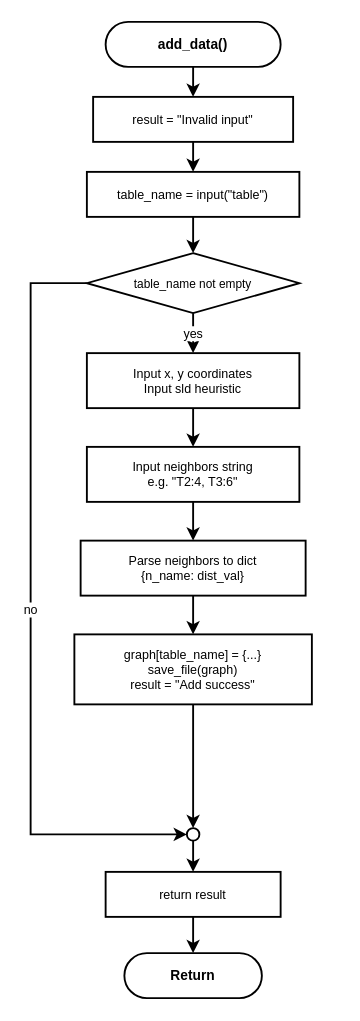
This is program002/flowchart/05_add_data.drawio from kittiphong064008-cyber/AI-Coding, a draw.io file, before an edit. Source tidied: cells renumbered, new cells numbered last; positions are measured from the earlier drawing's top-left corner, leaving out a move shared by most shapes. Both pictures are drawn from the tidied source at 125%, with x=0, y=0 at pixel (30, 21).
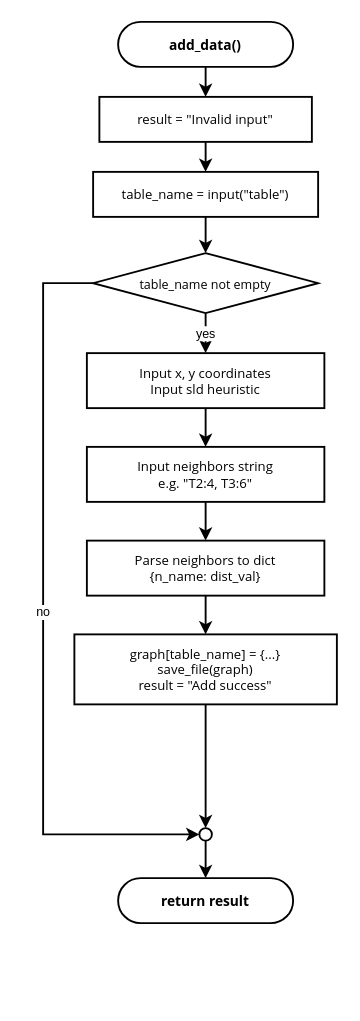
The same page after the edit.

What changed in the source:
```diff
@@
-    <mxCell id="2" value="add_data()" style="rounded=1;whiteSpace=wrap;html=1;arcSize=50;fillColor=#ffffff;strokeColor=#000000;strokeWidth=1.5;fontSize=11;fontFamily=Helvetica;fontStyle=1;" parent="1" vertex="1">
-      <mxGeometry x="60" width="140" height="36" as="geometry" />
+    <mxCell id="2" value="add_data()" style="rounded=1;whiteSpace=wrap;html=1;arcSize=50;fillColor=#ffffff;strokeColor=#000000;strokeWidth=1.5;fontSize=11;fontFamily=Segoe UI;fontStyle=1;" parent="1" vertex="1">
+      <mxGeometry x="70" width="140" height="36" as="geometry" />
     </mxCell>
-    <mxCell id="3" value="result = &quot;Invalid input&quot;" style="rounded=0;whiteSpace=wrap;html=1;fillColor=#ffffff;strokeColor=#000000;strokeWidth=1.5;fontSize=10;fontFamily=Helvetica;" parent="1" vertex="1">
-      <mxGeometry x="50" y="60" width="160" height="36" as="geometry" />
+    <mxCell id="3" value="result = &quot;Invalid input&quot;" style="rounded=0;whiteSpace=wrap;html=1;fillColor=#ffffff;strokeColor=#000000;strokeWidth=1.5;fontSize=10.5;fontFamily=Segoe UI;" parent="1" vertex="1">
+      <mxGeometry x="55" y="60" width="170" height="36" as="geometry" />
     </mxCell>
-    <mxCell id="4" value="table_name = input(&quot;table&quot;)" style="rounded=0;whiteSpace=wrap;html=1;fillColor=#ffffff;strokeColor=#000000;strokeWidth=1.5;fontSize=10;fontFamily=Helvetica;" parent="1" vertex="1">
-      <mxGeometry x="45" y="120" width="170" height="36" as="geometry" />
+    <mxCell id="4" value="table_name = input(&quot;table&quot;)" style="rounded=0;whiteSpace=wrap;html=1;fillColor=#ffffff;strokeColor=#000000;strokeWidth=1.5;fontSize=10.5;fontFamily=Segoe UI;" parent="1" vertex="1">
+      <mxGeometry x="50" y="120" width="180" height="36" as="geometry" />
     </mxCell>
-    <mxCell id="5" value="table_name not empty" style="rhombus;whiteSpace=wrap;html=1;fillColor=#ffffff;strokeColor=#000000;strokeWidth=1.5;fontSize=9.5;fontFamily=Helvetica;" parent="1" vertex="1">
-      <mxGeometry x="45" y="185" width="170" height="48" as="geometry" />
+    <mxCell id="5" value="table_name not empty" style="rhombus;whiteSpace=wrap;html=1;fillColor=#ffffff;strokeColor=#000000;strokeWidth=1.5;fontSize=10;fontFamily=Segoe UI;" parent="1" vertex="1">
+      <mxGeometry x="50" y="185" width="180" height="48" as="geometry" />
     </mxCell>
     <mxCell id="6" style="ellipse;whiteSpace=wrap;html=1;fillColor=#ffffff;strokeColor=#000000;strokeWidth=1.5;" parent="1" vertex="1">
-      <mxGeometry x="125" y="645" width="10" height="10" as="geometry" />
+      <mxGeometry x="135" y="645" width="10" height="10" as="geometry" />
     </mxCell>
-    <mxCell id="7" value="Input x, y coordinates&#10;Input sld heuristic" style="rounded=0;whiteSpace=wrap;html=1;fillColor=#ffffff;strokeColor=#000000;strokeWidth=1.5;fontSize=10;fontFamily=Helvetica;" parent="1" vertex="1">
-      <mxGeometry x="45" y="265" width="170" height="44" as="geometry" />
+    <mxCell id="7" value="Input x, y coordinates&#10;Input sld heuristic" style="rounded=0;whiteSpace=wrap;html=1;fillColor=#ffffff;strokeColor=#000000;strokeWidth=1.5;fontSize=10.5;fontFamily=Segoe UI;" parent="1" vertex="1">
+      <mxGeometry x="45" y="265" width="190" height="44" as="geometry" />
     </mxCell>
-    <mxCell id="8" value="Input neighbors string&#10;e.g. &quot;T2:4, T3:6&quot;" style="rounded=0;whiteSpace=wrap;html=1;fillColor=#ffffff;strokeColor=#000000;strokeWidth=1.5;fontSize=10;fontFamily=Helvetica;" parent="1" vertex="1">
-      <mxGeometry x="45" y="340" width="170" height="44" as="geometry" />
+    <mxCell id="8" value="Input neighbors string&#10;e.g. &quot;T2:4, T3:6&quot;" style="rounded=0;whiteSpace=wrap;html=1;fillColor=#ffffff;strokeColor=#000000;strokeWidth=1.5;fontSize=10.5;fontFamily=Segoe UI;" parent="1" vertex="1">
+      <mxGeometry x="45" y="340" width="190" height="44" as="geometry" />
     </mxCell>
-    <mxCell id="9" value="Parse neighbors to dict&#10;{n_name: dist_val}" style="rounded=0;whiteSpace=wrap;html=1;fillColor=#ffffff;strokeColor=#000000;strokeWidth=1.5;fontSize=10;fontFamily=Helvetica;" parent="1" vertex="1">
-      <mxGeometry x="40" y="415" width="180" height="44" as="geometry" />
+    <mxCell id="9" value="Parse neighbors to dict&#10;{n_name: dist_val}" style="rounded=0;whiteSpace=wrap;html=1;fillColor=#ffffff;strokeColor=#000000;strokeWidth=1.5;fontSize=10.5;fontFamily=Segoe UI;" parent="1" vertex="1">
+      <mxGeometry x="45" y="415" width="190" height="44" as="geometry" />
     </mxCell>
-    <mxCell id="10" value="graph[table_name] = {...}&#10;save_file(graph)&#10;result = &quot;Add success&quot;" style="rounded=0;whiteSpace=wrap;html=1;fillColor=#ffffff;strokeColor=#000000;strokeWidth=1.5;fontSize=10;fontFamily=Helvetica;" parent="1" vertex="1">
-      <mxGeometry x="35" y="490" width="190" height="56" as="geometry" />
+    <mxCell id="10" value="graph[table_name] = {...}&#10;save_file(graph)&#10;result = &quot;Add success&quot;" style="rounded=0;whiteSpace=wrap;html=1;fillColor=#ffffff;strokeColor=#000000;strokeWidth=1.5;fontSize=10.5;fontFamily=Segoe UI;" parent="1" vertex="1">
+      <mxGeometry x="35" y="490" width="210" height="56" as="geometry" />
     </mxCell>
-    <mxCell id="11" value="return result" style="rounded=0;whiteSpace=wrap;html=1;fillColor=#ffffff;strokeColor=#000000;strokeWidth=1.5;fontSize=10;fontFamily=Helvetica;" parent="1" vertex="1">
-      <mxGeometry x="60" y="680" width="140" height="36" as="geometry" />
-    </mxCell>
-    <mxCell id="12" value="Return" style="rounded=1;whiteSpace=wrap;html=1;arcSize=50;fillColor=#ffffff;strokeColor=#000000;strokeWidth=1.5;fontSize=11;fontFamily=Helvetica;fontStyle=1;" parent="1" vertex="1">
-      <mxGeometry x="75" y="745" width="110" height="36" as="geometry" />
+    <mxCell id="12" value="return result" style="rounded=1;whiteSpace=wrap;html=1;arcSize=50;fillColor=#ffffff;strokeColor=#000000;strokeWidth=1.5;fontSize=11;fontFamily=Segoe UI;fontStyle=1;" parent="1" vertex="1">
+      <mxGeometry x="70" y="685" width="140" height="36" as="geometry" />
     </mxCell>
@@
     <mxCell id="16" value="no" style="edgeStyle=orthogonalEdgeStyle;rounded=0;jettySize=auto;html=1;strokeWidth=1.5;strokeColor=#000000;fontSize=10;fontColor=#000000;exitX=0;exitY=0.5;exitDx=0;exitDy=0;entryX=0;entryY=0.5;entryDx=0;entryDy=0;" parent="1" edge="1" source="5" target="6">
       <mxGeometry relative="1" as="geometry">
         <Array as="points">
-          <mxPoint y="209" />
-          <mxPoint y="650" />
+          <mxPoint x="10" y="209" />
+          <mxPoint x="10" y="650" />
         </Array>
       </mxGeometry>
     </mxCell>
@@
-    <mxCell id="22" style="edgeStyle=orthogonalEdgeStyle;rounded=0;jettySize=auto;html=1;strokeWidth=1.5;strokeColor=#000000;fontSize=10;fontColor=#000000;" parent="1" edge="1" source="6" target="11">
+    <mxCell id="22" style="edgeStyle=orthogonalEdgeStyle;rounded=0;jettySize=auto;html=1;strokeWidth=1.5;strokeColor=#000000;fontSize=10;fontColor=#000000;" parent="1" edge="1" source="6" target="12">
       <mxGeometry relative="1" as="geometry" />
     </mxCell>
-    <mxCell id="23" style="edgeStyle=orthogonalEdgeStyle;rounded=0;jettySize=auto;html=1;strokeWidth=1.5;strokeColor=#000000;fontSize=10;fontColor=#000000;" parent="1" edge="1" source="11" target="12">
-      <mxGeometry relative="1" as="geometry" />
-    </mxCell>
```
